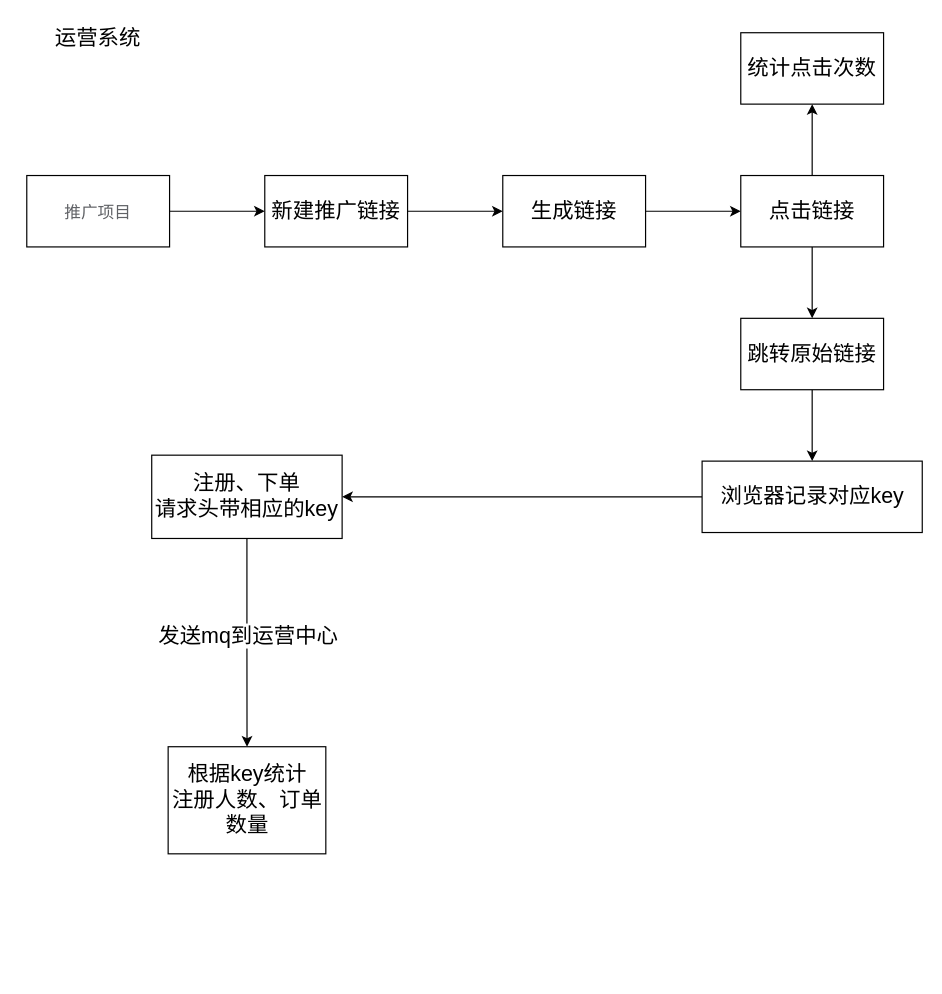
Above: page "运营系统" (4 of 7) of 醉品系统业务流程.drawio in linbingxing/mind (draw.io), before the change. Source tidied: cells renumbered, new cells numbered last; positions are measured from the earlier drawing's top-left corner, leaving out a move shared by most shapes. Both pictures are drawn from the tidied source at 119%, with x=0, y=0 at pixel (20, 20).
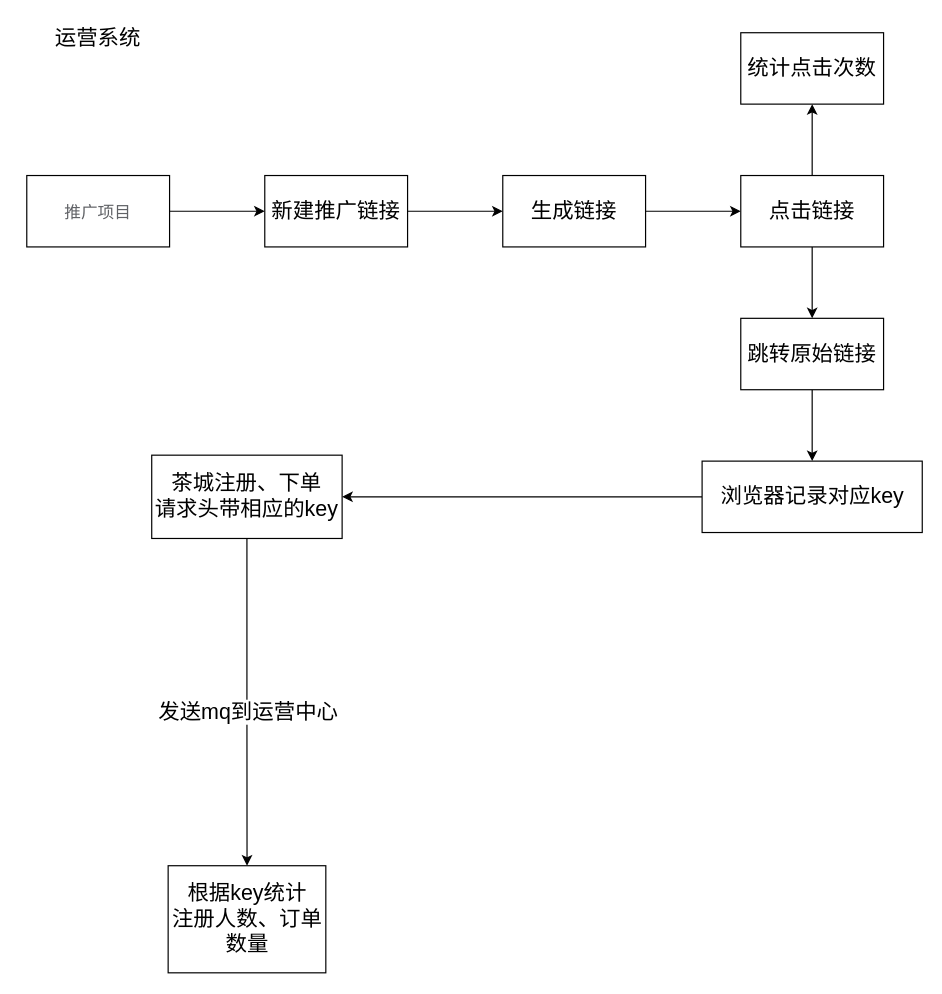
Above is the later version.

Unchanged cells that the change refers to:
```xml
<mxCell id="15" style="edgeStyle=orthogonalEdgeStyle;rounded=0;jettySize=auto;html=1;fontSize=18;exitX=0.5;exitY=1;exitDx=0;exitDy=0;" parent="1" edge="1" source="20" target="19">
  <mxGeometry relative="1" as="geometry" />
</mxCell>
```

What changed in the source:
```diff
@@
     <mxCell id="16" value="发送mq到运营中心" style="edgeLabel;html=1;align=center;verticalAlign=middle;fontSize=18;" parent="15" vertex="1">
       <mxGeometry x="-0.21" y="4" relative="1" as="geometry">
-        <mxPoint x="-4" y="12" as="offset" />
+        <mxPoint x="-4" y="36" as="offset" />
       </mxGeometry>
     </mxCell>
@@
     <mxCell id="19" value="根据key统计&lt;br&gt;注册人数、订单数量" style="whiteSpace=wrap;html=1;fontSize=18;rounded=0;" parent="1" vertex="1">
-      <mxGeometry x="123.8" y="610" width="132.5" height="90" as="geometry" />
+      <mxGeometry x="123.8" y="710" width="132.5" height="90" as="geometry" />
     </mxCell>
-    <mxCell id="20" value="注册、下单&lt;br&gt;请求头带相应的key" style="whiteSpace=wrap;html=1;fontSize=18;rounded=0;" parent="1" vertex="1">
+    <mxCell id="20" value="茶城注册、下单&lt;br&gt;请求头带相应的key" style="whiteSpace=wrap;html=1;fontSize=18;rounded=0;" parent="1" vertex="1">
       <mxGeometry x="110" y="365" width="160" height="70" as="geometry" />
     </mxCell>
```
